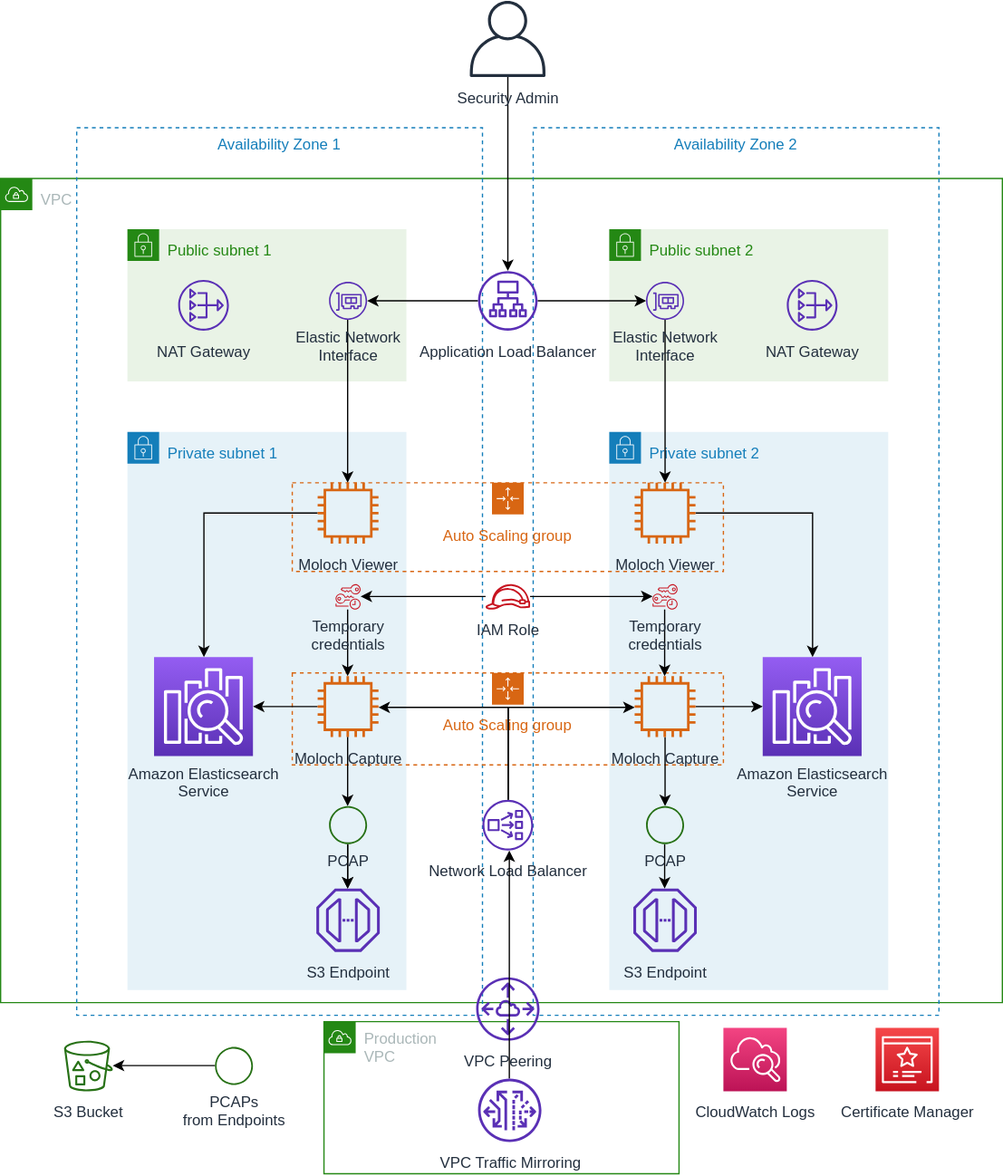
This is diagram.svg from fj604/arkime-vpc-cfn, a draw.io export, as it was before one commit. Source tidied: cells renumbered, new cells last; positions are measured from the earlier drawing's top-left corner, leaving out a move shared by most shapes.
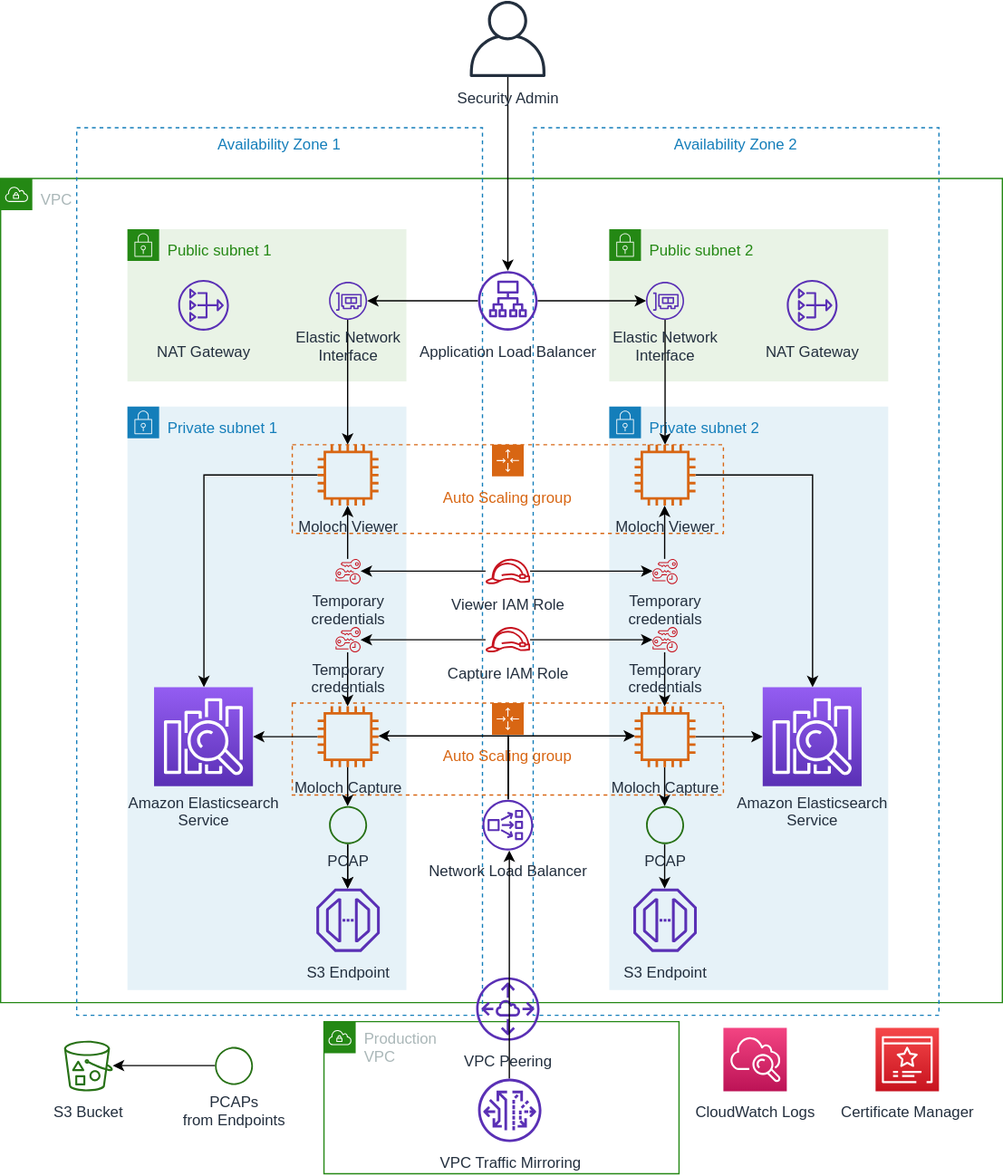
Later version of the same file.

Change to the diagram source:
```diff
@@ -15,7 +15,7 @@
       <mxGeometry x="480" y="180" width="220" height="120" as="geometry" />
     </mxCell>
     <mxCell id="6" value="Private subnet 2&lt;br&gt;" style="gradientColor=none;html=1;whiteSpace=wrap;fontSize=12;fontStyle=0;shape=mxgraph.aws4.group;grIcon=mxgraph.aws4.group_security_group;grStroke=0;strokeColor=#147EBA;fillColor=#E6F2F8;verticalAlign=top;align=left;spacingLeft=30;fontColor=#147EBA;dashed=0;" parent="1" vertex="1">
-      <mxGeometry x="480" y="340" width="220" height="440" as="geometry" />
+      <mxGeometry x="480" y="320" width="220" height="460" as="geometry" />
     </mxCell>
     <mxCell id="7" value="Availability Zone 1" style="fillColor=none;strokeColor=#147EBA;dashed=1;verticalAlign=top;fontStyle=0;fontColor=#147EBA;" parent="1" vertex="1">
       <mxGeometry x="60" y="100" width="320" height="700" as="geometry" />
@@ -24,19 +24,19 @@
       <mxGeometry x="100" y="180" width="220" height="120" as="geometry" />
     </mxCell>
     <mxCell id="9" value="Private subnet 1" style="gradientColor=none;html=1;whiteSpace=wrap;fontSize=12;fontStyle=0;shape=mxgraph.aws4.group;grIcon=mxgraph.aws4.group_security_group;grStroke=0;strokeColor=#147EBA;fillColor=#E6F2F8;verticalAlign=top;align=left;spacingLeft=30;fontColor=#147EBA;dashed=0;" parent="1" vertex="1">
-      <mxGeometry x="100" y="340" width="220" height="440" as="geometry" />
+      <mxGeometry x="100" y="320" width="220" height="460" as="geometry" />
     </mxCell>
     <mxCell id="10" value="Auto Scaling group" style="gradientColor=none;html=1;whiteSpace=wrap;fontSize=12;fontStyle=0;shape=mxgraph.aws4.groupCenter;grIcon=mxgraph.aws4.group_auto_scaling_group;grStroke=1;strokeColor=#D86613;fillColor=none;verticalAlign=top;align=center;fontColor=#D86613;dashed=1;spacingTop=25;" parent="1" vertex="1">
-      <mxGeometry x="230" y="380" width="340" height="70" as="geometry" />
+      <mxGeometry x="230" y="350" width="340" height="70" as="geometry" />
     </mxCell>
     <mxCell id="11" value="Auto Scaling group" style="gradientColor=none;html=1;whiteSpace=wrap;fontSize=12;fontStyle=0;shape=mxgraph.aws4.groupCenter;grIcon=mxgraph.aws4.group_auto_scaling_group;grStroke=1;strokeColor=#D86613;fillColor=none;verticalAlign=top;align=center;fontColor=#D86613;dashed=1;spacingTop=25;" parent="1" vertex="1">
-      <mxGeometry x="230" y="530" width="340" height="72.5" as="geometry" />
+      <mxGeometry x="230" y="553.8" width="340" height="72.5" as="geometry" />
     </mxCell>
     <mxCell id="12" style="edgeStyle=orthogonalEdgeStyle;rounded=0;jettySize=auto;html=1;" parent="1" edge="1" source="13" target="33">
       <mxGeometry relative="1" as="geometry" />
     </mxCell>
     <mxCell id="13" value="Moloch Viewer" style="outlineConnect=0;fontColor=#232F3E;gradientColor=none;fillColor=#D86613;strokeColor=none;dashed=0;verticalLabelPosition=bottom;verticalAlign=top;align=center;html=1;fontSize=12;fontStyle=0;shape=mxgraph.aws4.instance2;" parent="1" vertex="1">
-      <mxGeometry x="250" y="380" width="48" height="48" as="geometry" />
+      <mxGeometry x="250" y="350" width="48" height="48" as="geometry" />
     </mxCell>
     <mxCell id="14" value="S3 Bucket" style="outlineConnect=0;fontColor=#232F3E;gradientColor=none;fillColor=#277116;strokeColor=none;dashed=0;verticalLabelPosition=bottom;verticalAlign=top;align=center;html=1;fontSize=12;fontStyle=0;shape=mxgraph.aws4.bucket_with_objects;" parent="1" vertex="1">
       <mxGeometry x="50" y="820" width="38.5" height="40" as="geometry" />
@@ -45,7 +45,7 @@
       <mxGeometry relative="1" as="geometry" />
     </mxCell>
     <mxCell id="16" value="Moloch Viewer" style="outlineConnect=0;fontColor=#232F3E;gradientColor=none;fillColor=#D86613;strokeColor=none;dashed=0;verticalLabelPosition=bottom;verticalAlign=top;align=center;html=1;fontSize=12;fontStyle=0;shape=mxgraph.aws4.instance2;" parent="1" vertex="1">
-      <mxGeometry x="500" y="380" width="48" height="48" as="geometry" />
+      <mxGeometry x="500" y="350" width="48" height="48" as="geometry" />
     </mxCell>
     <mxCell id="17" value="NAT Gateway" style="fontColor=#232F3E;gradientColor=none;fillColor=#5A30B5;strokeColor=none;dashed=0;verticalLabelPosition=bottom;verticalAlign=top;align=center;html=1;fontSize=12;fontStyle=0;shape=mxgraph.aws4.nat_gateway;" parent="1" vertex="1">
       <mxGeometry x="140" y="220" width="40" height="40" as="geometry" />
@@ -75,7 +75,7 @@
       <mxGeometry relative="1" as="geometry" />
     </mxCell>
     <mxCell id="26" value="Moloch Capture" style="outlineConnect=0;fontColor=#232F3E;gradientColor=none;fillColor=#D86613;strokeColor=none;dashed=0;verticalLabelPosition=bottom;verticalAlign=top;align=center;html=1;fontSize=12;fontStyle=0;shape=mxgraph.aws4.instance2;" parent="1" vertex="1">
-      <mxGeometry x="250" y="532.5" width="48" height="48" as="geometry" />
+      <mxGeometry x="250" y="556.2" width="48" height="48" as="geometry" />
     </mxCell>
     <mxCell id="27" style="edgeStyle=orthogonalEdgeStyle;rounded=0;jettySize=auto;html=1;" parent="1" edge="1" source="30" target="34">
       <mxGeometry relative="1" as="geometry" />
@@ -83,15 +83,17 @@
     <mxCell id="28" style="edgeStyle=orthogonalEdgeStyle;rounded=0;jettySize=auto;html=1;" parent="1" edge="1" source="30" target="43">
       <mxGeometry relative="1" as="geometry" />
     </mxCell>
-    <mxCell id="29" style="edgeStyle=orthogonalEdgeStyle;rounded=0;jettySize=auto;html=1;" parent="1" edge="1" source="23" target="30">
+    <mxCell id="29" style="edgeStyle=orthogonalEdgeStyle;rounded=0;orthogonalLoop=1;jettySize=auto;html=1;" parent="1" edge="1">
       <mxGeometry relative="1" as="geometry">
+        <mxPoint x="400" y="630" as="sourcePoint" />
+        <mxPoint x="500" y="580" as="targetPoint" />
         <Array as="points">
-          <mxPoint x="400" y="557" />
+          <mxPoint x="400" y="580" />
         </Array>
       </mxGeometry>
     </mxCell>
     <mxCell id="30" value="Moloch Capture" style="outlineConnect=0;fontColor=#232F3E;gradientColor=none;fillColor=#D86613;strokeColor=none;dashed=0;verticalLabelPosition=bottom;verticalAlign=top;align=center;html=1;fontSize=12;fontStyle=0;shape=mxgraph.aws4.instance2;" parent="1" vertex="1">
-      <mxGeometry x="500" y="532.5" width="48" height="48" as="geometry" />
+      <mxGeometry x="500" y="556.2" width="48" height="48" as="geometry" />
     </mxCell>
     <mxCell id="31" style="edgeStyle=orthogonalEdgeStyle;rounded=0;jettySize=auto;html=1;" parent="1" edge="1" source="32" target="23">
       <mxGeometry relative="1" as="geometry">
@@ -105,10 +107,10 @@
       <mxGeometry x="376.5" y="850" width="50" height="50" as="geometry" />
     </mxCell>
     <mxCell id="33" value="Amazon Elasticsearch&lt;br&gt;Service" style="outlineConnect=0;fontColor=#232F3E;gradientColor=#945DF2;gradientDirection=north;fillColor=#5A30B5;strokeColor=#ffffff;dashed=0;verticalLabelPosition=bottom;verticalAlign=top;align=center;html=1;fontSize=12;fontStyle=0;shape=mxgraph.aws4.resourceIcon;resIcon=mxgraph.aws4.elasticsearch_service;" parent="1" vertex="1">
-      <mxGeometry x="121" y="517.5" width="78" height="78" as="geometry" />
+      <mxGeometry x="121" y="541.2" width="78" height="78" as="geometry" />
     </mxCell>
     <mxCell id="34" value="Amazon Elasticsearch&lt;br&gt;Service" style="outlineConnect=0;fontColor=#232F3E;gradientColor=#945DF2;gradientDirection=north;fillColor=#5A30B5;strokeColor=#ffffff;dashed=0;verticalLabelPosition=bottom;verticalAlign=top;align=center;html=1;fontSize=12;fontStyle=0;shape=mxgraph.aws4.resourceIcon;resIcon=mxgraph.aws4.elasticsearch_service;" parent="1" vertex="1">
-      <mxGeometry x="601" y="517.5" width="78" height="78" as="geometry" />
+      <mxGeometry x="601" y="541.2" width="78" height="78" as="geometry" />
     </mxCell>
     <mxCell id="35" value="S3 Endpoint" style="outlineConnect=0;fontColor=#232F3E;gradientColor=none;fillColor=#5A30B5;strokeColor=none;dashed=0;verticalLabelPosition=bottom;verticalAlign=top;align=center;html=1;fontSize=12;fontStyle=0;shape=mxgraph.aws4.endpoint;" parent="1" vertex="1">
       <mxGeometry x="249" y="700" width="50" height="50" as="geometry" />
@@ -143,10 +145,12 @@
     <mxCell id="45" value="PCAPs&lt;br&gt;from Endpoints" style="outlineConnect=0;fontColor=#232F3E;gradientColor=none;fillColor=#277116;strokeColor=none;dashed=0;verticalLabelPosition=bottom;verticalAlign=top;align=center;html=1;fontSize=12;fontStyle=0;shape=mxgraph.aws4.object;" parent="1" vertex="1">
       <mxGeometry x="169" y="825" width="30" height="30" as="geometry" />
     </mxCell>
-    <mxCell id="46" style="edgeStyle=orthogonalEdgeStyle;rounded=0;jettySize=auto;html=1;" parent="1" edge="1" source="23" target="26">
+    <mxCell id="46" style="edgeStyle=orthogonalEdgeStyle;rounded=0;orthogonalLoop=1;jettySize=auto;html=1;" parent="1" edge="1">
       <mxGeometry relative="1" as="geometry">
+        <mxPoint x="400" y="630" as="sourcePoint" />
+        <mxPoint x="298" y="580" as="targetPoint" />
         <Array as="points">
-          <mxPoint x="400" y="557" />
+          <mxPoint x="400" y="580" />
         </Array>
       </mxGeometry>
     </mxCell>
@@ -159,20 +163,20 @@
     <mxCell id="49" style="edgeStyle=orthogonalEdgeStyle;rounded=0;jettySize=auto;html=1;" parent="1" edge="1" source="50" target="54">
       <mxGeometry relative="1" as="geometry" />
     </mxCell>
-    <mxCell id="50" value="IAM Role" style="outlineConnect=0;fontColor=#232F3E;gradientColor=none;fillColor=#C7131F;strokeColor=none;dashed=0;verticalLabelPosition=bottom;verticalAlign=top;align=center;html=1;fontSize=12;fontStyle=0;shape=mxgraph.aws4.role;" parent="1" vertex="1">
-      <mxGeometry x="382.3" y="460" width="35.5" height="20" as="geometry" />
+    <mxCell id="50" value="Capture IAM Role" style="outlineConnect=0;fontColor=#232F3E;gradientColor=none;fillColor=#C7131F;strokeColor=none;dashed=0;verticalLabelPosition=bottom;verticalAlign=top;align=center;html=1;fontSize=12;fontStyle=0;shape=mxgraph.aws4.role;" parent="1" vertex="1">
+      <mxGeometry x="382.3" y="493.8" width="35.5" height="20" as="geometry" />
     </mxCell>
     <mxCell id="51" style="edgeStyle=orthogonalEdgeStyle;rounded=0;jettySize=auto;html=1;" parent="1" edge="1" source="52" target="30">
       <mxGeometry relative="1" as="geometry" />
     </mxCell>
     <mxCell id="52" value="Temporary&lt;br&gt;credentials" style="outlineConnect=0;fontColor=#232F3E;gradientColor=none;fillColor=#C7131F;strokeColor=none;dashed=0;verticalLabelPosition=bottom;verticalAlign=top;align=center;html=1;fontSize=12;fontStyle=0;shape=mxgraph.aws4.temporary_security_credential;" parent="1" vertex="1">
-      <mxGeometry x="514.1" y="460" width="19.7" height="20" as="geometry" />
+      <mxGeometry x="514.1" y="493.8" width="19.7" height="20" as="geometry" />
     </mxCell>
     <mxCell id="53" style="edgeStyle=orthogonalEdgeStyle;rounded=0;jettySize=auto;html=1;" parent="1" edge="1" source="54" target="26">
       <mxGeometry relative="1" as="geometry" />
     </mxCell>
     <mxCell id="54" value="Temporary&lt;br&gt;credentials" style="outlineConnect=0;fontColor=#232F3E;gradientColor=none;fillColor=#C7131F;strokeColor=none;dashed=0;verticalLabelPosition=bottom;verticalAlign=top;align=center;html=1;fontSize=12;fontStyle=0;shape=mxgraph.aws4.temporary_security_credential;" parent="1" vertex="1">
-      <mxGeometry x="264.1" y="460" width="19.7" height="20" as="geometry" />
+      <mxGeometry x="264.1" y="493.8" width="19.7" height="20" as="geometry" />
     </mxCell>
     <mxCell id="55" value="Certificate Manager" style="fontColor=#232F3E;gradientColor=#F54749;gradientDirection=north;fillColor=#C7131F;strokeColor=#ffffff;dashed=0;verticalLabelPosition=bottom;verticalAlign=top;align=center;html=1;fontSize=12;fontStyle=0;shape=mxgraph.aws4.resourceIcon;resIcon=mxgraph.aws4.certificate_manager_3;" parent="1" vertex="1">
       <mxGeometry x="690" y="810" width="50" height="50" as="geometry" />
@@ -189,5 +193,26 @@
     <mxCell id="59" value="Elastic Network&lt;br&gt;Interface" style="outlineConnect=0;fontColor=#232F3E;gradientColor=none;fillColor=#5A30B5;strokeColor=none;dashed=0;verticalLabelPosition=bottom;verticalAlign=top;align=center;html=1;fontSize=12;fontStyle=0;shape=mxgraph.aws4.elastic_network_interface;" parent="1" vertex="1">
       <mxGeometry x="509" y="221.5" width="30" height="30" as="geometry" />
     </mxCell>
+    <mxCell id="60" style="edgeStyle=orthogonalEdgeStyle;rounded=0;jettySize=auto;html=1;" parent="1" edge="1" source="62" target="64">
+      <mxGeometry relative="1" as="geometry" />
+    </mxCell>
+    <mxCell id="61" style="edgeStyle=orthogonalEdgeStyle;rounded=0;jettySize=auto;html=1;" parent="1" edge="1" source="62" target="66">
+      <mxGeometry relative="1" as="geometry" />
+    </mxCell>
+    <mxCell id="62" value="Viewer IAM Role" style="outlineConnect=0;fontColor=#232F3E;gradientColor=none;fillColor=#C7131F;strokeColor=none;dashed=0;verticalLabelPosition=bottom;verticalAlign=top;align=center;html=1;fontSize=12;fontStyle=0;shape=mxgraph.aws4.role;" parent="1" vertex="1">
+      <mxGeometry x="382.3" y="440" width="35.5" height="20" as="geometry" />
+    </mxCell>
+    <mxCell id="63" style="edgeStyle=orthogonalEdgeStyle;rounded=0;jettySize=auto;html=1;" parent="1" edge="1" source="64" target="16">
+      <mxGeometry relative="1" as="geometry" />
+    </mxCell>
+    <mxCell id="64" value="Temporary&lt;br&gt;credentials" style="outlineConnect=0;fontColor=#232F3E;gradientColor=none;fillColor=#C7131F;strokeColor=none;dashed=0;verticalLabelPosition=bottom;verticalAlign=top;align=center;html=1;fontSize=12;fontStyle=0;shape=mxgraph.aws4.temporary_security_credential;" parent="1" vertex="1">
+      <mxGeometry x="514.1" y="440" width="19.7" height="20" as="geometry" />
+    </mxCell>
+    <mxCell id="65" style="edgeStyle=orthogonalEdgeStyle;rounded=0;jettySize=auto;html=1;" parent="1" edge="1" source="66" target="13">
+      <mxGeometry relative="1" as="geometry" />
+    </mxCell>
+    <mxCell id="66" value="Temporary&lt;br&gt;credentials" style="outlineConnect=0;fontColor=#232F3E;gradientColor=none;fillColor=#C7131F;strokeColor=none;dashed=0;verticalLabelPosition=bottom;verticalAlign=top;align=center;html=1;fontSize=12;fontStyle=0;shape=mxgraph.aws4.temporary_security_credential;" parent="1" vertex="1">
+      <mxGeometry x="264.1" y="440" width="19.7" height="20" as="geometry" />
+    </mxCell>
   </root>
 </mxGraphModel>
```
